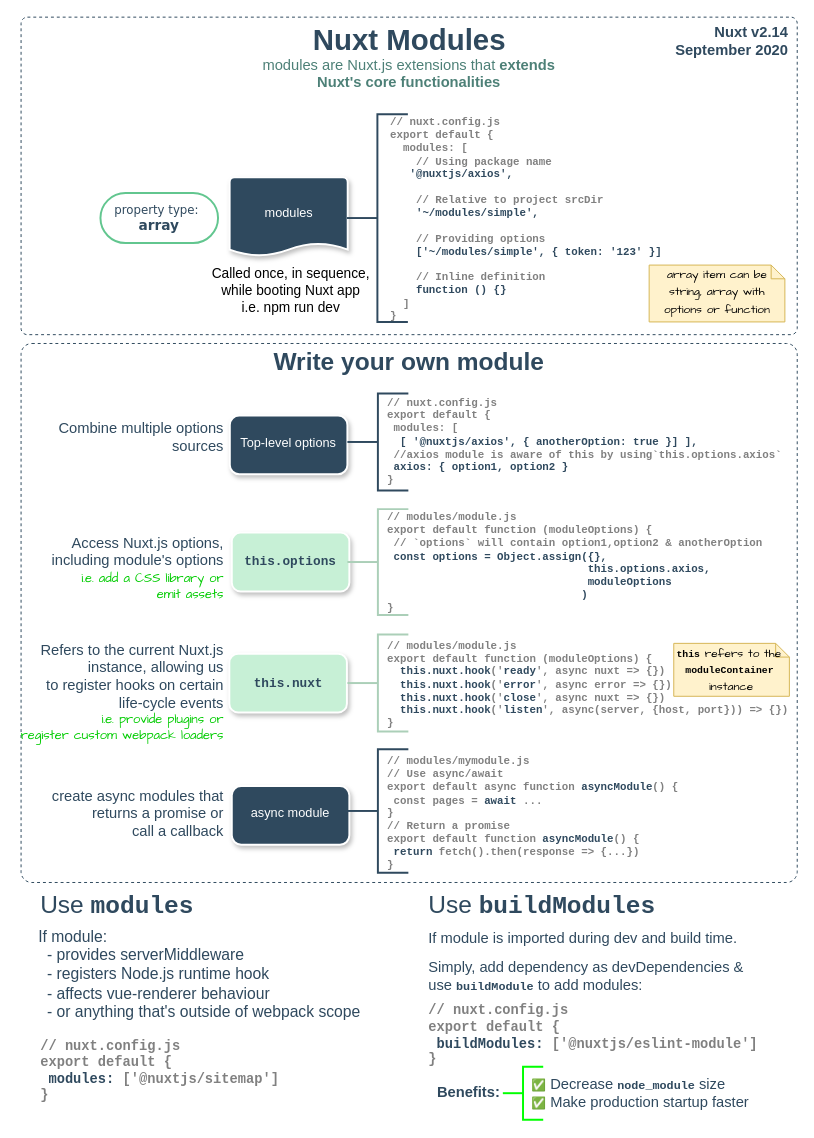
Before: static/raw/modules.drawio in nuxt/website-v2, a draw.io diagram. Source tidied: cells renumbered, new cells numbered last; positions are measured from the earlier drawing's top-left corner, leaving out a move shared by most shapes. Both pictures are drawn from the tidied source at 98%, with x=0, y=0 at pixel (17, 17).
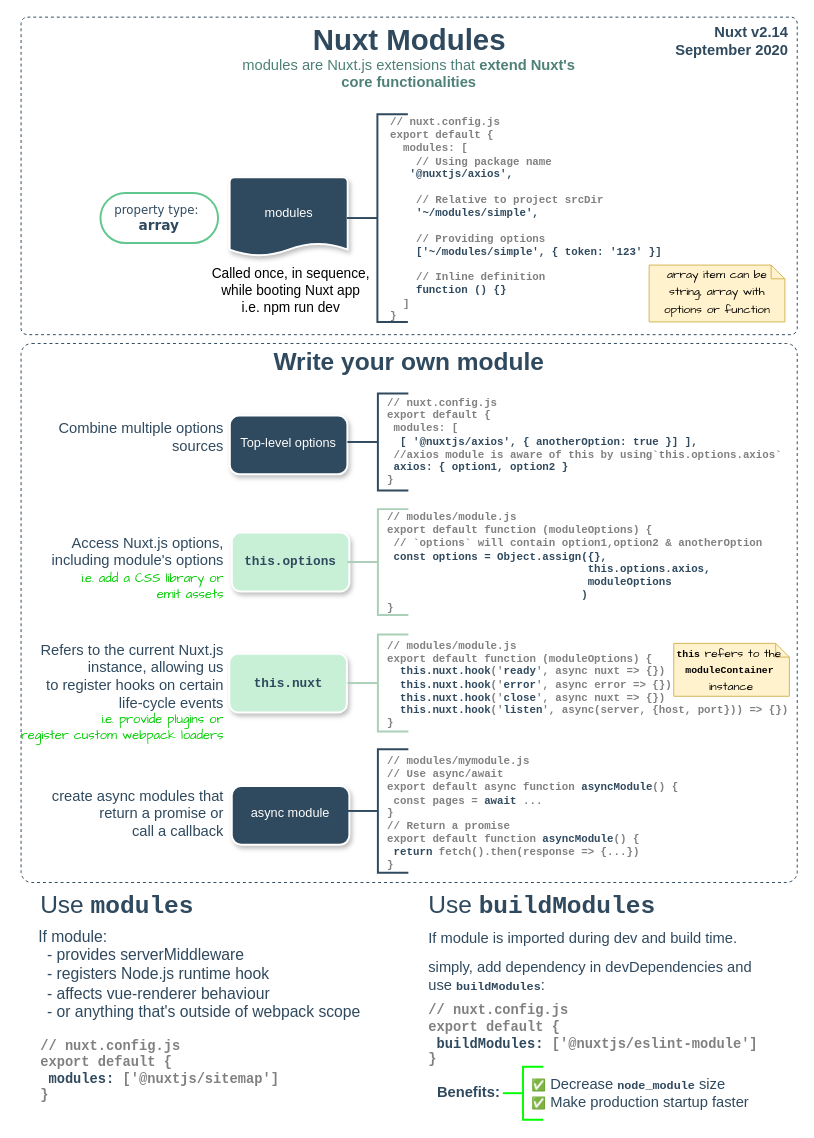
Above is the later version.

Commit message (it also covers changes not shown here):
few tiny typos fixed in modules SVG

What changed in the source:
```diff
@@
-    <mxCell id="12" value="modules are Nuxt.js extensions that &lt;b style=&quot;font-size: 15px;&quot;&gt;extends Nuxt's core functionalities&lt;/b&gt;" style="text;html=1;strokeColor=none;fillColor=none;align=center;verticalAlign=top;whiteSpace=wrap;rounded=0;fontSize=15;fontStyle=0;fontFamily=Helvetica;fontColor=#4D8077;" parent="1" vertex="1">
+    <mxCell id="12" value="modules are Nuxt.js extensions that &lt;b style=&quot;font-size: 15px&quot;&gt;extend Nuxt's core functionalities&lt;/b&gt;" style="text;html=1;strokeColor=none;fillColor=none;align=center;verticalAlign=top;whiteSpace=wrap;rounded=0;fontSize=15;fontStyle=0;fontFamily=Helvetica;fontColor=#4D8077;" parent="1" vertex="1">
       <mxGeometry x="226" y="33" width="348" height="72" as="geometry" />
     </mxCell>
@@
-    <mxCell id="16" value="&lt;div style=&quot;font-size: 15px&quot;&gt;&lt;span style=&quot;font-size: 15px&quot;&gt;create async modules that returns a promise or&lt;br&gt;call a callback&lt;br&gt;&lt;/span&gt;&lt;/div&gt;" style="text;html=1;strokeColor=none;fillColor=none;align=right;verticalAlign=top;whiteSpace=wrap;rounded=0;fontSize=15;fontStyle=0;fontFamily=Helvetica;fontColor=#2F495E;" parent="1" vertex="1">
+    <mxCell id="16" value="&lt;div style=&quot;font-size: 15px&quot;&gt;&lt;span style=&quot;font-size: 15px&quot;&gt;create async modules that return a promise or&lt;br&gt;call a callback&lt;br&gt;&lt;/span&gt;&lt;/div&gt;" style="text;html=1;strokeColor=none;fillColor=none;align=right;verticalAlign=top;whiteSpace=wrap;rounded=0;fontSize=15;fontStyle=0;fontFamily=Helvetica;fontColor=#2F495E;" parent="1" vertex="1">
       <mxGeometry x="4" y="778.5" width="208.5" height="63" as="geometry" />
     </mxCell>
@@
-    <mxCell id="28" value="Simply, add dependency as devDependencies &amp;amp;&lt;br&gt;use &lt;font face=&quot;Courier New&quot; style=&quot;font-size: 12px&quot;&gt;&lt;b&gt;buildModule&lt;/b&gt;&lt;/font&gt; to add modules:" style="text;html=1;align=left;verticalAlign=top;fontSize=15;fontFamily=Helvetica;fontColor=#2F495E;rounded=0;fontStyle=0;" parent="1" vertex="1">
-      <mxGeometry x="418" y="954" width="333" height="45" as="geometry" />
+    <mxCell id="28" value="simply, add dependency in devDependencies and&lt;br&gt;use &lt;font face=&quot;Courier New&quot; style=&quot;font-size: 12px&quot;&gt;&lt;b&gt;buildModules&lt;/b&gt;&lt;/font&gt;:" style="text;html=1;align=left;verticalAlign=top;fontSize=15;fontFamily=Helvetica;fontColor=#2F495E;rounded=0;fontStyle=0;" parent="1" vertex="1">
+      <mxGeometry x="418" y="954" width="342" height="45" as="geometry" />
     </mxCell>
```
